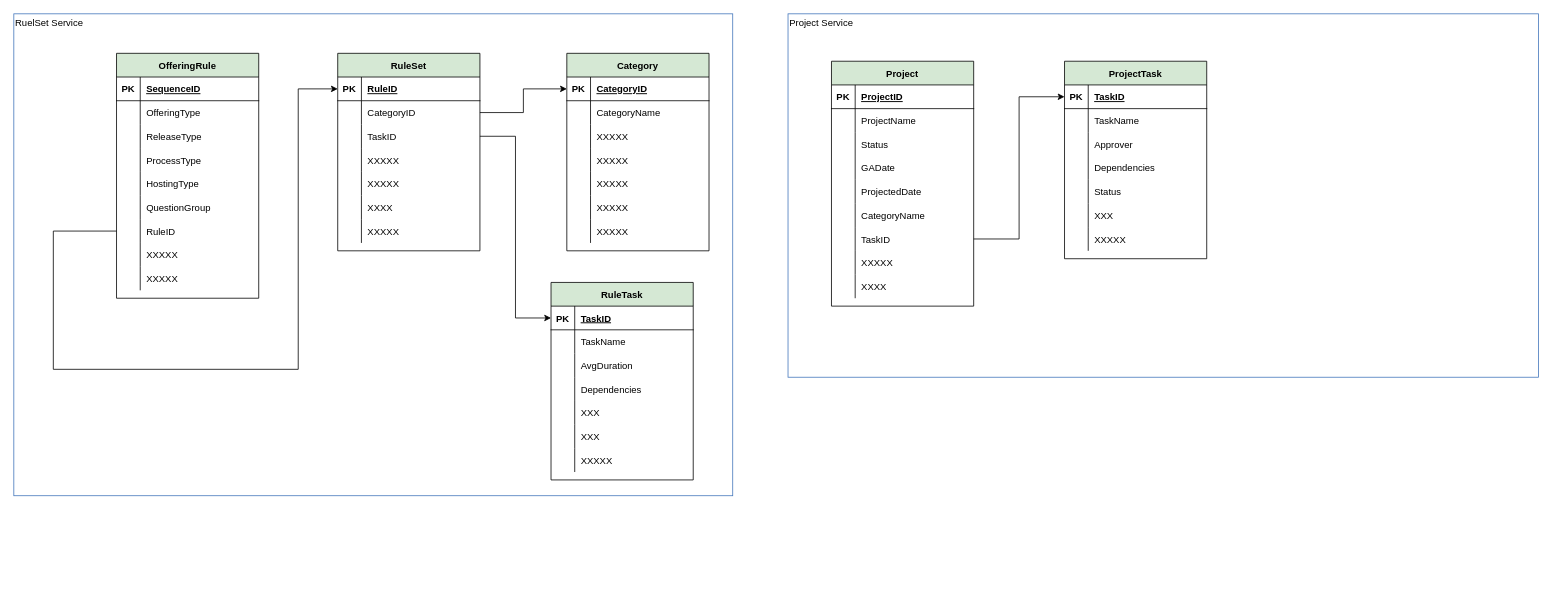
This is page "Data Model" (4 of 4) of oasis-architecture.drawio from JackZhao2517/drawio_folder, a draw.io file, before an edit. Source tidied: cells renumbered, new cells numbered last; positions are measured from the earlier drawing's top-left corner, leaving out a move shared by most shapes. Both pictures are drawn from the tidied source at 79%, with x=0, y=0 at pixel (13, 13).
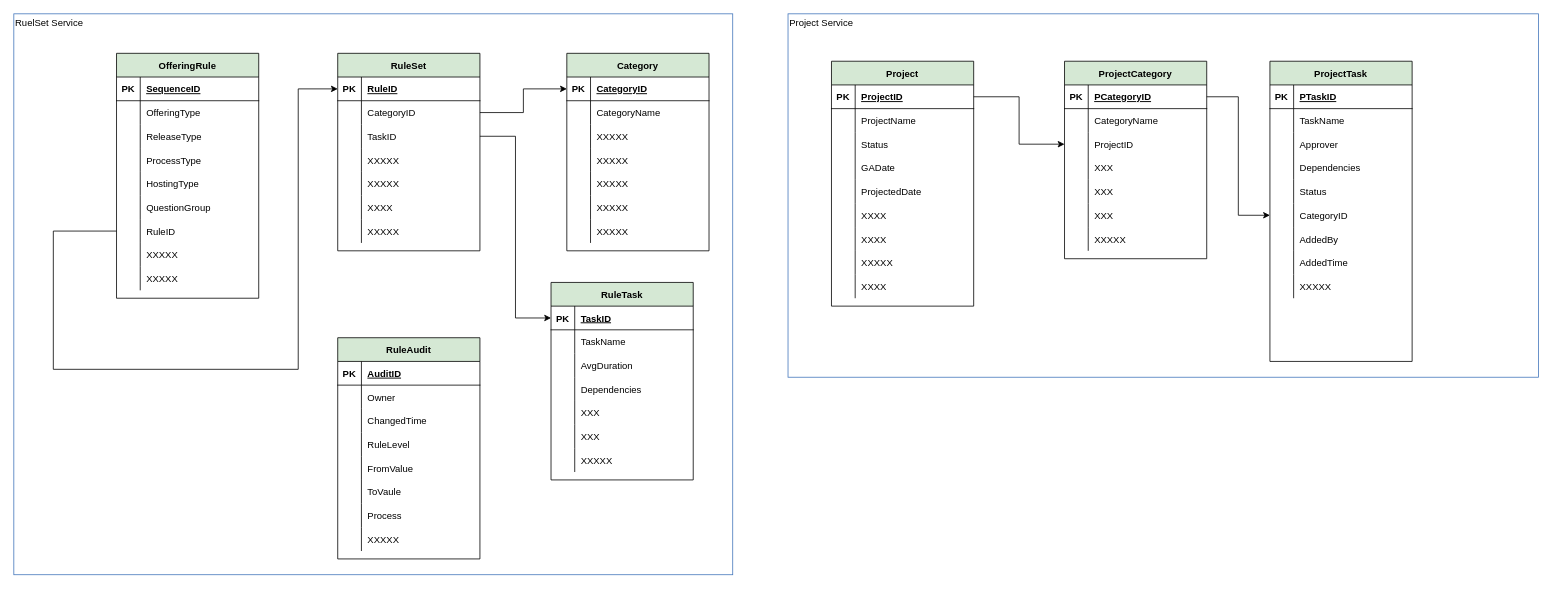
The same diagram, later.

The change refers to these unchanged cells:
```xml
<mxCell id="98" value="&lt;div align=&quot;left&quot;&gt;Project Service&lt;/div&gt;" style="fontStyle=0;verticalAlign=top;align=left;spacingTop=-2;fillColor=none;rounded=0;whiteSpace=wrap;html=1;strokeColor=#4376BB;strokeWidth=1;dashed=0;" parent="1" vertex="1">
  <mxGeometry x="980" width="950" height="460" as="geometry" />
</mxCell>
<mxCell id="100" style="shape=partialRectangle;fillColor=none;top=0;left=0;bottom=1;right=0;points=[[0,0.5],[1,0.5]];portConstraint=eastwest;" parent="99" vertex="1">
  <mxGeometry y="30" width="180" height="30" as="geometry" />
</mxCell>
<mxCell id="115" style="shape=partialRectangle;fillColor=none;top=0;left=0;bottom=0;right=0;" parent="99" vertex="1">
  <mxGeometry y="180" width="180" height="30" as="geometry" />
</mxCell>
<mxCell id="118" style="shape=partialRectangle;fillColor=none;top=0;left=0;bottom=0;right=0;points=[[0,0.5],[1,0.5]];portConstraint=eastwest;" parent="99" vertex="1">
  <mxGeometry y="210" width="180" height="30" as="geometry" />
</mxCell>
<mxCell id="128" style="shape=partialRectangle;fillColor=none;top=0;left=0;bottom=1;right=0;points=[[0,0.5],[1,0.5]];portConstraint=eastwest;" parent="127" vertex="1">
  <mxGeometry y="30" width="180" height="30" as="geometry" />
</mxCell>
<mxCell id="131" style="shape=partialRectangle;fillColor=none;top=0;left=0;bottom=0;right=0;" parent="127" vertex="1">
  <mxGeometry y="60" width="180" height="30" as="geometry" />
</mxCell>
<mxCell id="134" style="shape=partialRectangle;fillColor=none;top=0;left=0;bottom=0;right=0;points=[[0,0.5],[1,0.5]];portConstraint=eastwest;" parent="127" vertex="1">
  <mxGeometry y="90" width="180" height="30" as="geometry" />
</mxCell>
<mxCell id="137" style="shape=partialRectangle;fillColor=none;top=0;left=0;bottom=0;right=0;" parent="127" vertex="1">
  <mxGeometry y="120" width="180" height="30" as="geometry" />
</mxCell>
<mxCell id="140" style="shape=partialRectangle;fillColor=none;top=0;left=0;bottom=0;right=0;" parent="127" vertex="1">
  <mxGeometry y="150" width="180" height="30" as="geometry" />
</mxCell>
```

What changed in the source:
```diff
@@
     <mxCell id="2" value="&lt;div align=&quot;left&quot;&gt;RuelSet Service&lt;/div&gt;" style="fontStyle=0;verticalAlign=top;align=left;spacingTop=-2;fillColor=none;rounded=0;whiteSpace=wrap;html=1;strokeColor=#4376BB;strokeWidth=1;dashed=0;" parent="1" vertex="1">
-      <mxGeometry width="910" height="610" as="geometry" />
+      <mxGeometry width="910" height="710" as="geometry" />
     </mxCell>
@@
+    <mxCell id="152" value="RuleAudit" style="shape=table;startSize=30;childLayout=tableLayout;rowLines=0;fontStyle=1;align=center;fillColor=#D5E8D4;" parent="2" vertex="1">
+      <mxGeometry x="410" y="410" width="180" height="280" as="geometry" />
+    </mxCell>
+    <mxCell id="153" style="shape=partialRectangle;fillColor=none;top=0;left=0;bottom=1;right=0;" parent="152" vertex="1">
+      <mxGeometry y="30" width="180" height="30" as="geometry" />
+    </mxCell>
+    <mxCell id="154" value="PK" style="shape=partialRectangle;fillColor=none;top=0;left=0;bottom=0;right=0;fontStyle=1;overflow=hidden;" parent="153" vertex="1">
+      <mxGeometry width="30" height="30" as="geometry" />
+    </mxCell>
+    <mxCell id="155" value="AuditID" style="shape=partialRectangle;fillColor=none;top=0;left=0;bottom=0;right=0;align=left;spacingLeft=6;fontStyle=5;overflow=hidden;" parent="153" vertex="1">
+      <mxGeometry x="30" width="150" height="30" as="geometry" />
+    </mxCell>
+    <mxCell id="156" style="shape=partialRectangle;fillColor=none;top=0;left=0;bottom=0;right=0;" parent="152" vertex="1">
+      <mxGeometry y="60" width="180" height="30" as="geometry" />
+    </mxCell>
+    <mxCell id="157" style="shape=partialRectangle;fillColor=none;top=0;left=0;bottom=0;right=0;overflow=hidden;" parent="156" vertex="1">
+      <mxGeometry width="30" height="30" as="geometry" />
+    </mxCell>
+    <mxCell id="158" value="Owner" style="shape=partialRectangle;fillColor=none;top=0;left=0;bottom=0;right=0;align=left;spacingLeft=6;overflow=hidden;" parent="156" vertex="1">
+      <mxGeometry x="30" width="150" height="30" as="geometry" />
+    </mxCell>
+    <mxCell id="159" style="shape=partialRectangle;fillColor=none;top=0;left=0;bottom=0;right=0;" parent="152" vertex="1">
+      <mxGeometry y="90" width="180" height="30" as="geometry" />
+    </mxCell>
+    <mxCell id="160" style="shape=partialRectangle;fillColor=none;top=0;left=0;bottom=0;right=0;overflow=hidden;" parent="159" vertex="1">
+      <mxGeometry width="30" height="30" as="geometry" />
+    </mxCell>
+    <mxCell id="161" value="ChangedTime" style="shape=partialRectangle;fillColor=none;top=0;left=0;bottom=0;right=0;align=left;spacingLeft=6;overflow=hidden;" parent="159" vertex="1">
+      <mxGeometry x="30" width="150" height="30" as="geometry" />
+    </mxCell>
+    <mxCell id="162" style="shape=partialRectangle;fillColor=none;top=0;left=0;bottom=0;right=0;" parent="152" vertex="1">
+      <mxGeometry y="120" width="180" height="30" as="geometry" />
+    </mxCell>
+    <mxCell id="163" style="shape=partialRectangle;fillColor=none;top=0;left=0;bottom=0;right=0;overflow=hidden;" parent="162" vertex="1">
+      <mxGeometry width="30" height="30" as="geometry" />
+    </mxCell>
+    <mxCell id="164" value="RuleLevel" style="shape=partialRectangle;fillColor=none;top=0;left=0;bottom=0;right=0;align=left;spacingLeft=6;overflow=hidden;" parent="162" vertex="1">
+      <mxGeometry x="30" width="150" height="30" as="geometry" />
+    </mxCell>
+    <mxCell id="165" style="shape=partialRectangle;fillColor=none;top=0;left=0;bottom=0;right=0;" parent="152" vertex="1">
+      <mxGeometry y="150" width="180" height="30" as="geometry" />
+    </mxCell>
+    <mxCell id="166" style="shape=partialRectangle;fillColor=none;top=0;left=0;bottom=0;right=0;overflow=hidden;" parent="165" vertex="1">
+      <mxGeometry width="30" height="30" as="geometry" />
+    </mxCell>
+    <mxCell id="167" value="FromValue" style="shape=partialRectangle;fillColor=none;top=0;left=0;bottom=0;right=0;align=left;spacingLeft=6;overflow=hidden;" parent="165" vertex="1">
+      <mxGeometry x="30" width="150" height="30" as="geometry" />
+    </mxCell>
+    <mxCell id="168" style="shape=partialRectangle;fillColor=none;top=0;left=0;bottom=0;right=0;" parent="152" vertex="1">
+      <mxGeometry y="180" width="180" height="30" as="geometry" />
+    </mxCell>
+    <mxCell id="169" style="shape=partialRectangle;fillColor=none;top=0;left=0;bottom=0;right=0;overflow=hidden;" parent="168" vertex="1">
+      <mxGeometry width="30" height="30" as="geometry" />
+    </mxCell>
+    <mxCell id="170" value="ToVaule" style="shape=partialRectangle;fillColor=none;top=0;left=0;bottom=0;right=0;align=left;spacingLeft=6;overflow=hidden;" parent="168" vertex="1">
+      <mxGeometry x="30" width="150" height="30" as="geometry" />
+    </mxCell>
+    <mxCell id="171" style="shape=partialRectangle;fillColor=none;top=0;left=0;bottom=0;right=0;" parent="152" vertex="1">
+      <mxGeometry y="210" width="180" height="30" as="geometry" />
+    </mxCell>
+    <mxCell id="172" style="shape=partialRectangle;fillColor=none;top=0;left=0;bottom=0;right=0;overflow=hidden;" parent="171" vertex="1">
+      <mxGeometry width="30" height="30" as="geometry" />
+    </mxCell>
+    <mxCell id="173" value="Process" style="shape=partialRectangle;fillColor=none;top=0;left=0;bottom=0;right=0;align=left;spacingLeft=6;overflow=hidden;" parent="171" vertex="1">
+      <mxGeometry x="30" width="150" height="30" as="geometry" />
+    </mxCell>
+    <mxCell id="174" style="shape=partialRectangle;fillColor=none;top=0;left=0;bottom=0;right=0;" parent="152" vertex="1">
+      <mxGeometry y="240" width="180" height="30" as="geometry" />
+    </mxCell>
+    <mxCell id="175" style="shape=partialRectangle;fillColor=none;top=0;left=0;bottom=0;right=0;overflow=hidden;" parent="174" vertex="1">
+      <mxGeometry width="30" height="30" as="geometry" />
+    </mxCell>
+    <mxCell id="176" value="XXXXX" style="shape=partialRectangle;fillColor=none;top=0;left=0;bottom=0;right=0;align=left;spacingLeft=6;overflow=hidden;" parent="174" vertex="1">
+      <mxGeometry x="30" width="150" height="30" as="geometry" />
+    </mxCell>
@@
-    <mxCell id="117" value="CategoryName" style="shape=partialRectangle;fillColor=none;top=0;left=0;bottom=0;right=0;align=left;spacingLeft=6;overflow=hidden;" parent="115" vertex="1">
+    <mxCell id="117" value="XXXX" style="shape=partialRectangle;fillColor=none;top=0;left=0;bottom=0;right=0;align=left;spacingLeft=6;overflow=hidden;" parent="115" vertex="1">
       <mxGeometry x="30" width="150" height="30" as="geometry" />
     </mxCell>
@@
-    <mxCell id="120" value="TaskID" style="shape=partialRectangle;fillColor=none;top=0;left=0;bottom=0;right=0;align=left;spacingLeft=6;overflow=hidden;" parent="118" vertex="1">
+    <mxCell id="120" value="XXXX" style="shape=partialRectangle;fillColor=none;top=0;left=0;bottom=0;right=0;align=left;spacingLeft=6;overflow=hidden;" parent="118" vertex="1">
       <mxGeometry x="30" width="150" height="30" as="geometry" />
     </mxCell>
@@
-    <mxCell id="127" value="ProjectTask" style="shape=table;startSize=30;childLayout=tableLayout;rowLines=0;fontStyle=1;align=center;fillColor=#D5E8D4;" parent="98" vertex="1">
+    <mxCell id="127" value="ProjectCategory" style="shape=table;startSize=30;childLayout=tableLayout;rowLines=0;fontStyle=1;align=center;fillColor=#D5E8D4;" parent="98" vertex="1">
       <mxGeometry x="350" y="60" width="180" height="250" as="geometry" />
     </mxCell>
@@
-    <mxCell id="130" value="TaskID" style="shape=partialRectangle;fillColor=none;top=0;left=0;bottom=0;right=0;align=left;spacingLeft=6;fontStyle=5;overflow=hidden;" parent="128" vertex="1">
+    <mxCell id="130" value="PCategoryID" style="shape=partialRectangle;fillColor=none;top=0;left=0;bottom=0;right=0;align=left;spacingLeft=6;fontStyle=5;overflow=hidden;" parent="128" vertex="1">
       <mxGeometry x="30" width="150" height="30" as="geometry" />
     </mxCell>
@@
-    <mxCell id="133" value="TaskName" style="shape=partialRectangle;fillColor=none;top=0;left=0;bottom=0;right=0;align=left;spacingLeft=6;overflow=hidden;" parent="131" vertex="1">
+    <mxCell id="133" value="CategoryName" style="shape=partialRectangle;fillColor=none;top=0;left=0;bottom=0;right=0;align=left;spacingLeft=6;overflow=hidden;" parent="131" vertex="1">
       <mxGeometry x="30" width="150" height="30" as="geometry" />
     </mxCell>
@@
-    <mxCell id="136" value="Approver" style="shape=partialRectangle;fillColor=none;top=0;left=0;bottom=0;right=0;align=left;spacingLeft=6;overflow=hidden;" parent="134" vertex="1">
+    <mxCell id="136" value="ProjectID" style="shape=partialRectangle;fillColor=none;top=0;left=0;bottom=0;right=0;align=left;spacingLeft=6;overflow=hidden;" parent="134" vertex="1">
       <mxGeometry x="30" width="150" height="30" as="geometry" />
     </mxCell>
@@
-    <mxCell id="139" value="Dependencies" style="shape=partialRectangle;fillColor=none;top=0;left=0;bottom=0;right=0;align=left;spacingLeft=6;overflow=hidden;" parent="137" vertex="1">
+    <mxCell id="139" value="XXX" style="shape=partialRectangle;fillColor=none;top=0;left=0;bottom=0;right=0;align=left;spacingLeft=6;overflow=hidden;" parent="137" vertex="1">
       <mxGeometry x="30" width="150" height="30" as="geometry" />
     </mxCell>
@@
-    <mxCell id="142" value="Status" style="shape=partialRectangle;fillColor=none;top=0;left=0;bottom=0;right=0;align=left;spacingLeft=6;overflow=hidden;" parent="140" vertex="1">
+    <mxCell id="142" value="XXX" style="shape=partialRectangle;fillColor=none;top=0;left=0;bottom=0;right=0;align=left;spacingLeft=6;overflow=hidden;" parent="140" vertex="1">
       <mxGeometry x="30" width="150" height="30" as="geometry" />
     </mxCell>
@@
-    <mxCell id="149" style="edgeStyle=orthogonalEdgeStyle;rounded=0;jettySize=auto;html=1;exitX=1;exitY=0.5;exitDx=0;exitDy=0;entryX=0;entryY=0.5;entryDx=0;entryDy=0;" parent="98" edge="1" source="118" target="128">
-      <mxGeometry relative="1" as="geometry" />
-    </mxCell>
+    <mxCell id="177" value="ProjectTask" style="shape=table;startSize=30;childLayout=tableLayout;rowLines=0;fontStyle=1;align=center;fillColor=#D5E8D4;" parent="98" vertex="1">
+      <mxGeometry x="610" y="60" width="180" height="380" as="geometry" />
+    </mxCell>
+    <mxCell id="178" style="shape=partialRectangle;fillColor=none;top=0;left=0;bottom=1;right=0;" parent="177" vertex="1">
+      <mxGeometry y="30" width="180" height="30" as="geometry" />
+    </mxCell>
+    <mxCell id="179" value="PK" style="shape=partialRectangle;fillColor=none;top=0;left=0;bottom=0;right=0;fontStyle=1;overflow=hidden;" parent="178" vertex="1">
+      <mxGeometry width="30" height="30" as="geometry" />
+    </mxCell>
+    <mxCell id="180" value="PTaskID" style="shape=partialRectangle;fillColor=none;top=0;left=0;bottom=0;right=0;align=left;spacingLeft=6;fontStyle=5;overflow=hidden;" parent="178" vertex="1">
+      <mxGeometry x="30" width="150" height="30" as="geometry" />
+    </mxCell>
+    <mxCell id="181" style="shape=partialRectangle;fillColor=none;top=0;left=0;bottom=0;right=0;" parent="177" vertex="1">
+      <mxGeometry y="60" width="180" height="30" as="geometry" />
+    </mxCell>
+    <mxCell id="182" style="shape=partialRectangle;fillColor=none;top=0;left=0;bottom=0;right=0;overflow=hidden;" parent="181" vertex="1">
+      <mxGeometry width="30" height="30" as="geometry" />
+    </mxCell>
+    <mxCell id="183" value="TaskName" style="shape=partialRectangle;fillColor=none;top=0;left=0;bottom=0;right=0;align=left;spacingLeft=6;overflow=hidden;" parent="181" vertex="1">
+      <mxGeometry x="30" width="150" height="30" as="geometry" />
+    </mxCell>
+    <mxCell id="184" style="shape=partialRectangle;fillColor=none;top=0;left=0;bottom=0;right=0;" parent="177" vertex="1">
+      <mxGeometry y="90" width="180" height="30" as="geometry" />
+    </mxCell>
+    <mxCell id="185" style="shape=partialRectangle;fillColor=none;top=0;left=0;bottom=0;right=0;overflow=hidden;" parent="184" vertex="1">
+      <mxGeometry width="30" height="30" as="geometry" />
+    </mxCell>
+    <mxCell id="186" value="Approver" style="shape=partialRectangle;fillColor=none;top=0;left=0;bottom=0;right=0;align=left;spacingLeft=6;overflow=hidden;" parent="184" vertex="1">
+      <mxGeometry x="30" width="150" height="30" as="geometry" />
+    </mxCell>
+    <mxCell id="187" style="shape=partialRectangle;fillColor=none;top=0;left=0;bottom=0;right=0;" parent="177" vertex="1">
+      <mxGeometry y="120" width="180" height="30" as="geometry" />
+    </mxCell>
+    <mxCell id="188" style="shape=partialRectangle;fillColor=none;top=0;left=0;bottom=0;right=0;overflow=hidden;" parent="187" vertex="1">
+      <mxGeometry width="30" height="30" as="geometry" />
+    </mxCell>
+    <mxCell id="189" value="Dependencies" style="shape=partialRectangle;fillColor=none;top=0;left=0;bottom=0;right=0;align=left;spacingLeft=6;overflow=hidden;" parent="187" vertex="1">
+      <mxGeometry x="30" width="150" height="30" as="geometry" />
+    </mxCell>
+    <mxCell id="190" style="shape=partialRectangle;fillColor=none;top=0;left=0;bottom=0;right=0;" parent="177" vertex="1">
+      <mxGeometry y="150" width="180" height="30" as="geometry" />
+    </mxCell>
+    <mxCell id="191" style="shape=partialRectangle;fillColor=none;top=0;left=0;bottom=0;right=0;overflow=hidden;" parent="190" vertex="1">
+      <mxGeometry width="30" height="30" as="geometry" />
+    </mxCell>
+    <mxCell id="192" value="Status" style="shape=partialRectangle;fillColor=none;top=0;left=0;bottom=0;right=0;align=left;spacingLeft=6;overflow=hidden;" parent="190" vertex="1">
+      <mxGeometry x="30" width="150" height="30" as="geometry" />
+    </mxCell>
+    <mxCell id="193" style="shape=partialRectangle;fillColor=none;top=0;left=0;bottom=0;right=0;points=[[0,0.5],[1,0.5]];portConstraint=eastwest;" parent="177" vertex="1">
+      <mxGeometry y="180" width="180" height="30" as="geometry" />
+    </mxCell>
+    <mxCell id="194" style="shape=partialRectangle;fillColor=none;top=0;left=0;bottom=0;right=0;overflow=hidden;" parent="193" vertex="1">
+      <mxGeometry width="30" height="30" as="geometry" />
+    </mxCell>
+    <mxCell id="195" value="CategoryID" style="shape=partialRectangle;fillColor=none;top=0;left=0;bottom=0;right=0;align=left;spacingLeft=6;overflow=hidden;" parent="193" vertex="1">
+      <mxGeometry x="30" width="150" height="30" as="geometry" />
+    </mxCell>
+    <mxCell id="196" style="shape=partialRectangle;fillColor=none;top=0;left=0;bottom=0;right=0;" parent="177" vertex="1">
+      <mxGeometry y="210" width="180" height="30" as="geometry" />
+    </mxCell>
+    <mxCell id="197" style="shape=partialRectangle;fillColor=none;top=0;left=0;bottom=0;right=0;overflow=hidden;" parent="196" vertex="1">
+      <mxGeometry width="30" height="30" as="geometry" />
+    </mxCell>
+    <mxCell id="198" value="AddedBy" style="shape=partialRectangle;fillColor=none;top=0;left=0;bottom=0;right=0;align=left;spacingLeft=6;overflow=hidden;" parent="196" vertex="1">
+      <mxGeometry x="30" width="150" height="30" as="geometry" />
+    </mxCell>
+    <mxCell id="199" style="shape=partialRectangle;fillColor=none;top=0;left=0;bottom=0;right=0;" parent="177" vertex="1">
+      <mxGeometry y="240" width="180" height="30" as="geometry" />
+    </mxCell>
+    <mxCell id="200" style="shape=partialRectangle;fillColor=none;top=0;left=0;bottom=0;right=0;overflow=hidden;" parent="199" vertex="1">
+      <mxGeometry width="30" height="30" as="geometry" />
+    </mxCell>
+    <mxCell id="201" value="AddedTime" style="shape=partialRectangle;fillColor=none;top=0;left=0;bottom=0;right=0;align=left;spacingLeft=6;overflow=hidden;" parent="199" vertex="1">
+      <mxGeometry x="30" width="150" height="30" as="geometry" />
+    </mxCell>
+    <mxCell id="202" style="shape=partialRectangle;fillColor=none;top=0;left=0;bottom=0;right=0;" parent="177" vertex="1">
+      <mxGeometry y="270" width="180" height="30" as="geometry" />
+    </mxCell>
+    <mxCell id="203" style="shape=partialRectangle;fillColor=none;top=0;left=0;bottom=0;right=0;overflow=hidden;" parent="202" vertex="1">
+      <mxGeometry width="30" height="30" as="geometry" />
+    </mxCell>
+    <mxCell id="204" value="XXXXX" style="shape=partialRectangle;fillColor=none;top=0;left=0;bottom=0;right=0;align=left;spacingLeft=6;overflow=hidden;" parent="202" vertex="1">
+      <mxGeometry x="30" width="150" height="30" as="geometry" />
+    </mxCell>
+    <mxCell id="205" style="edgeStyle=orthogonalEdgeStyle;rounded=0;jettySize=auto;html=1;exitX=1;exitY=0.5;exitDx=0;exitDy=0;entryX=0;entryY=0.5;entryDx=0;entryDy=0;" parent="98" edge="1" source="100" target="134">
+      <mxGeometry relative="1" as="geometry" />
+    </mxCell>
+    <mxCell id="206" style="edgeStyle=orthogonalEdgeStyle;rounded=0;jettySize=auto;html=1;exitX=1;exitY=0.5;exitDx=0;exitDy=0;entryX=0;entryY=0.5;entryDx=0;entryDy=0;" parent="98" edge="1" source="128" target="193">
+      <mxGeometry relative="1" as="geometry" />
+    </mxCell>
```
